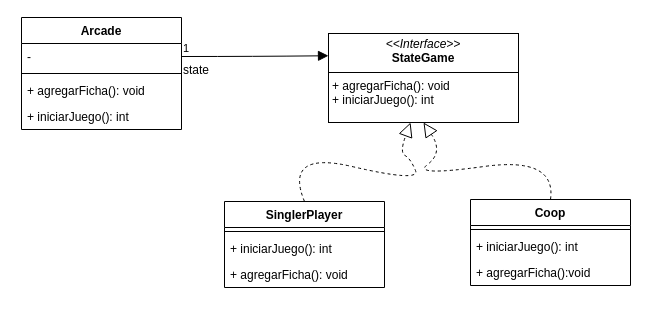
This is TP-STATE/videogame.drawio from tomasmendoza-unq/objetos2, a draw.io file, before an edit. Source tidied: cells renumbered, new cells numbered last; positions are measured from the earlier drawing's top-left corner, leaving out a move shared by most shapes. Both pictures are drawn from the tidied source at 100%, with x=0, y=0 at pixel (21, 17).
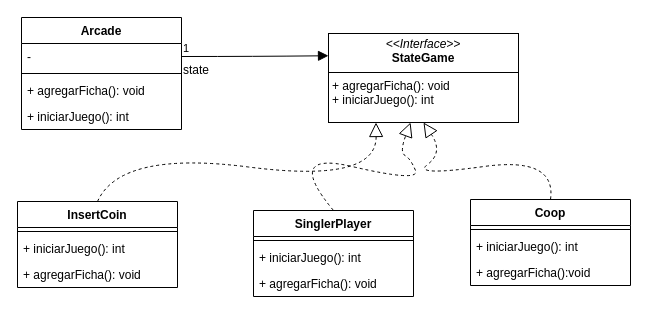
The same diagram, later.

Unchanged cells that the change refers to:
```xml
<mxCell id="7" value="&lt;p style=&quot;margin:0px;margin-top:4px;text-align:center;&quot;&gt;&lt;i&gt;&amp;lt;&amp;lt;Interface&amp;gt;&amp;gt;&lt;/i&gt;&lt;br&gt;&lt;b&gt;StateGame&lt;/b&gt;&lt;/p&gt;&lt;hr size=&quot;1&quot; style=&quot;border-style:solid;&quot;&gt;&lt;p style=&quot;margin:0px;margin-left:4px;&quot;&gt;+ agregarFicha(): void&lt;br&gt;+ iniciarJuego(): int&lt;/p&gt;" style="verticalAlign=top;align=left;overflow=fill;html=1;whiteSpace=wrap;" parent="1" vertex="1">
  <mxGeometry x="307" y="16" width="190" height="89" as="geometry" />
</mxCell>
```

Change to the diagram source:
```diff
@@
     <mxCell id="8" value="SinglerPlayer" style="swimlane;fontStyle=1;align=center;verticalAlign=top;horizontal=1;startSize=26;whiteSpace=wrap;html=1;" parent="1" vertex="1">
-      <mxGeometry x="203" y="184" width="160" height="86" as="geometry" />
+      <mxGeometry x="232" y="193" width="160" height="86" as="geometry" />
     </mxCell>
@@
+    <mxCell id="20" value="InsertCoin" style="swimlane;fontStyle=1;align=center;verticalAlign=top;horizontal=1;startSize=26;whiteSpace=wrap;html=1;" parent="1" vertex="1">
+      <mxGeometry x="-4" y="184" width="160" height="86" as="geometry" />
+    </mxCell>
+    <mxCell id="21" style="line;strokeWidth=1;fillColor=none;align=left;verticalAlign=middle;spacingTop=-1;spacingLeft=3;spacingRight=3;labelPosition=right;strokeColor=inherit;" parent="20" vertex="1">
+      <mxGeometry y="26" width="160" height="8" as="geometry" />
+    </mxCell>
+    <mxCell id="22" value="+ iniciarJuego(): int" style="text;strokeColor=none;fillColor=none;align=left;verticalAlign=top;spacingLeft=4;spacingRight=4;overflow=hidden;whiteSpace=wrap;html=1;" parent="20" vertex="1">
+      <mxGeometry y="34" width="160" height="26" as="geometry" />
+    </mxCell>
+    <mxCell id="23" value="+ agregarFicha(): void" style="text;strokeColor=none;fillColor=none;align=left;verticalAlign=top;spacingLeft=4;spacingRight=4;overflow=hidden;whiteSpace=wrap;html=1;" parent="20" vertex="1">
+      <mxGeometry y="60" width="160" height="26" as="geometry" />
+    </mxCell>
+    <mxCell id="24" style="endArrow=block;dashed=1;endFill=0;endSize=12;html=1;rounded=0;fontSize=12;curved=1;exitX=0.5;exitY=0;exitDx=0;exitDy=0;entryX=0.25;entryY=1;entryDx=0;entryDy=0;" parent="1" edge="1" source="20" target="7">
+      <mxGeometry relative="1" as="geometry">
+        <Array as="points">
+          <mxPoint x="99" y="133" />
+          <mxPoint x="355" y="166" />
+        </Array>
+      </mxGeometry>
+    </mxCell>
```
